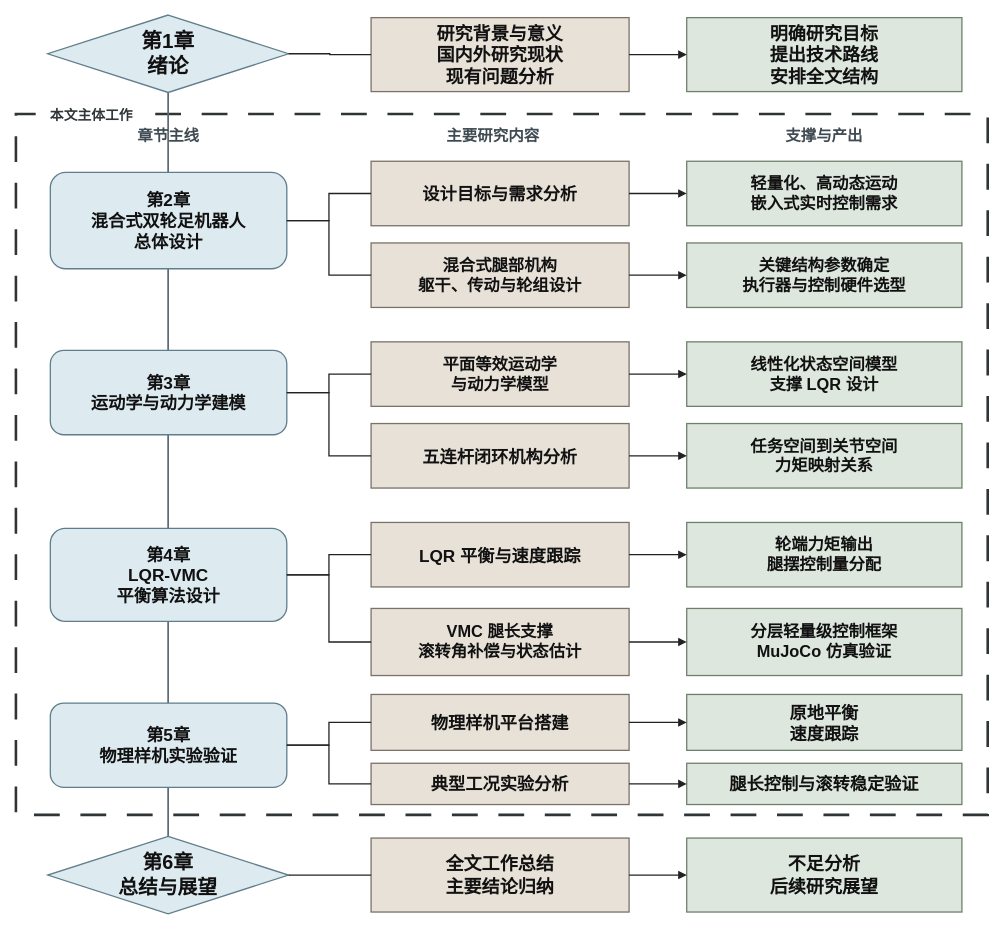
Above: drawio/ch01_research_architecture.drawio in konichan-7/TongjiThesis (draw.io), before the change. Source tidied: cells renumbered, new cells numbered last; positions are measured from the earlier drawing's top-left corner, leaving out a move shared by most shapes. Both pictures are drawn from the tidied source at 86%, with x=0, y=0 at pixel (15, 15).
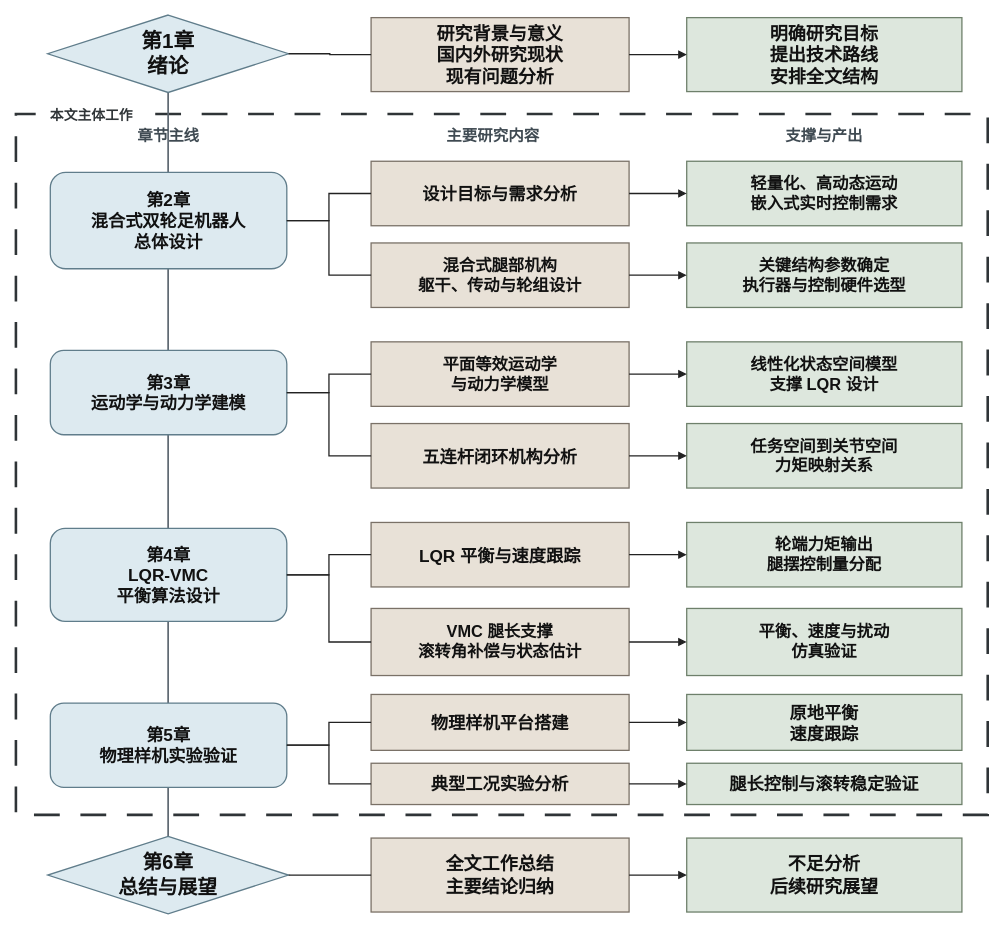
After the change.

Commit message (it also covers changes not shown here):
Update introduction and infopage with enhanced research content; modify research architecture diagram and update todo list

The edit, as a diff of the source:
```diff
@@
-    <mxCell id="27" value="分层轻量级控制框架&lt;br&gt;MuJoCo 仿真验证" style="rounded=0;whiteSpace=wrap;html=1;strokeColor=#6E806B;fillColor=#DDE7DD;strokeWidth=1.5;fontFamily=SimSun;fontSize=19;fontStyle=1;fontColor=#111111;spacing=6;" parent="1" vertex="1">
+    <mxCell id="27" value="平衡、速度与扰动&lt;br&gt;仿真验证" style="rounded=0;whiteSpace=wrap;html=1;strokeColor=#6E806B;fillColor=#DDE7DD;strokeWidth=1.5;fontFamily=SimSun;fontSize=19;fontStyle=1;fontColor=#111111;spacing=6;" parent="1" vertex="1">
       <mxGeometry x="780" y="690" width="320" height="78" as="geometry" />
     </mxCell>
```
